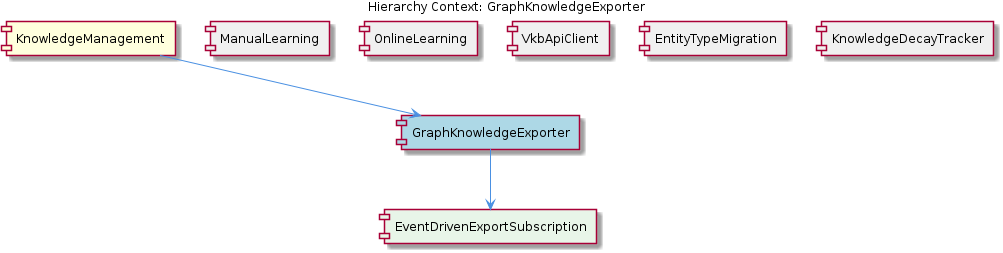
Above: knowledge-management/insights/images/graph-knowledge-exporter-relationship.png in fwornle/coding (PlantUML), before the change. Its source is kept beside it as .data/knowledge-graph/insights/puml/graph-knowledge-exporter-relationship.puml. Source of this version:
```plantuml
@startuml
!include _standard-style.puml

title Hierarchy Context: GraphKnowledgeExporter

[KnowledgeManagement] as knowledge_management #FFFFDD
[GraphKnowledgeExporter] as graph_knowledge_exporter #LightBlue
[ManualLearning] as manual_learning #F0F0F0
[OnlineLearning] as online_learning #F0F0F0
[VkbApiClient] as vkb_api_client #F0F0F0
[EntityTypeMigration] as entity_type_migration #F0F0F0
[KnowledgeDecayTracker] as knowledge_decay_tracker #F0F0F0
[EventDrivenExportSubscription] as event_driven_export_subscription #E8F5E8

knowledge_management --> graph_knowledge_exporter
manual_learning -[hidden]- graph_knowledge_exporter
online_learning -[hidden]- graph_knowledge_exporter
vkb_api_client -[hidden]- graph_knowledge_exporter
entity_type_migration -[hidden]- graph_knowledge_exporter
knowledge_decay_tracker -[hidden]- graph_knowledge_exporter
graph_knowledge_exporter --> event_driven_export_subscription

@enduml
```
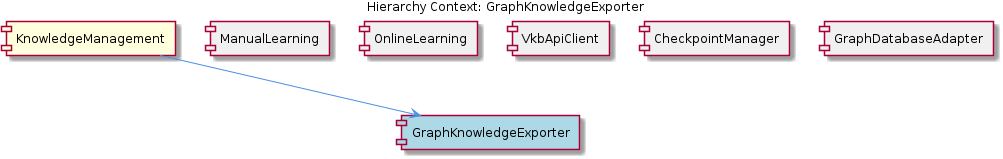
Above is the later version.

What changed in the source:
```diff
@@ -8,16 +8,14 @@
 [ManualLearning] as manual_learning #F0F0F0
 [OnlineLearning] as online_learning #F0F0F0
 [VkbApiClient] as vkb_api_client #F0F0F0
-[EntityTypeMigration] as entity_type_migration #F0F0F0
-[KnowledgeDecayTracker] as knowledge_decay_tracker #F0F0F0
-[EventDrivenExportSubscription] as event_driven_export_subscription #E8F5E8
+[CheckpointManager] as checkpoint_manager #F0F0F0
+[GraphDatabaseAdapter] as graph_database_adapter #F0F0F0
 
 knowledge_management --> graph_knowledge_exporter
 manual_learning -[hidden]- graph_knowledge_exporter
 online_learning -[hidden]- graph_knowledge_exporter
 vkb_api_client -[hidden]- graph_knowledge_exporter
-entity_type_migration -[hidden]- graph_knowledge_exporter
-knowledge_decay_tracker -[hidden]- graph_knowledge_exporter
-graph_knowledge_exporter --> event_driven_export_subscription
+checkpoint_manager -[hidden]- graph_knowledge_exporter
+graph_database_adapter -[hidden]- graph_knowledge_exporter
 
 @enduml
```
